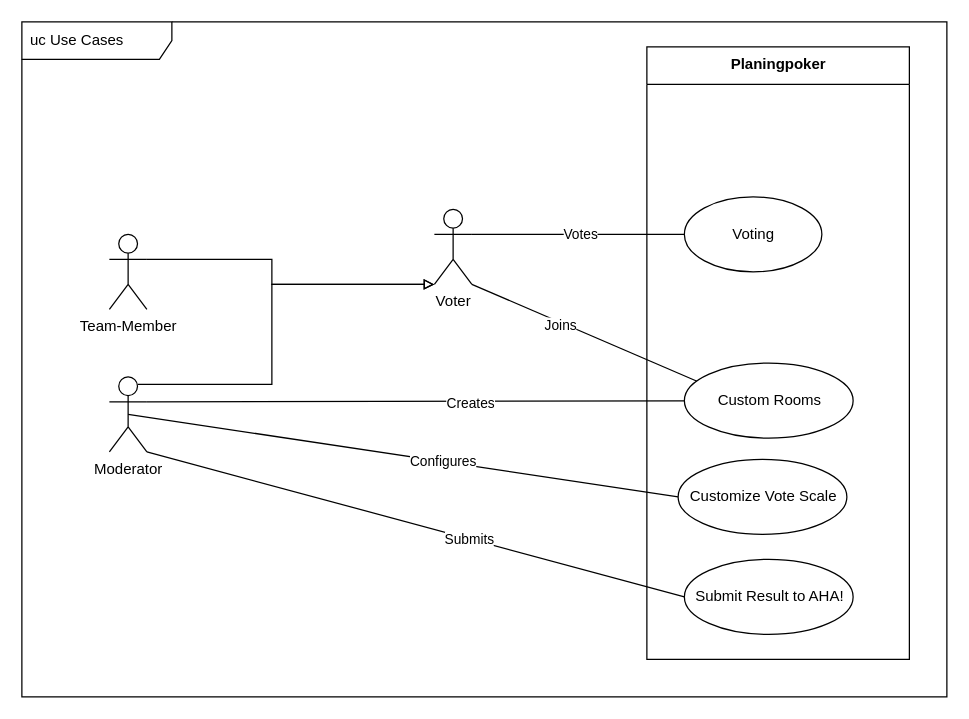
The draw.io diagram docs/use-case.drawio in RillingDev/planning-poker, before the edit. Source tidied: cells renumbered, new cells numbered last; positions are measured from the earlier drawing's top-left corner, leaving out a move shared by most shapes. Both pictures are drawn from the tidied source at 125%, with x=0, y=0 at pixel (21, 21).
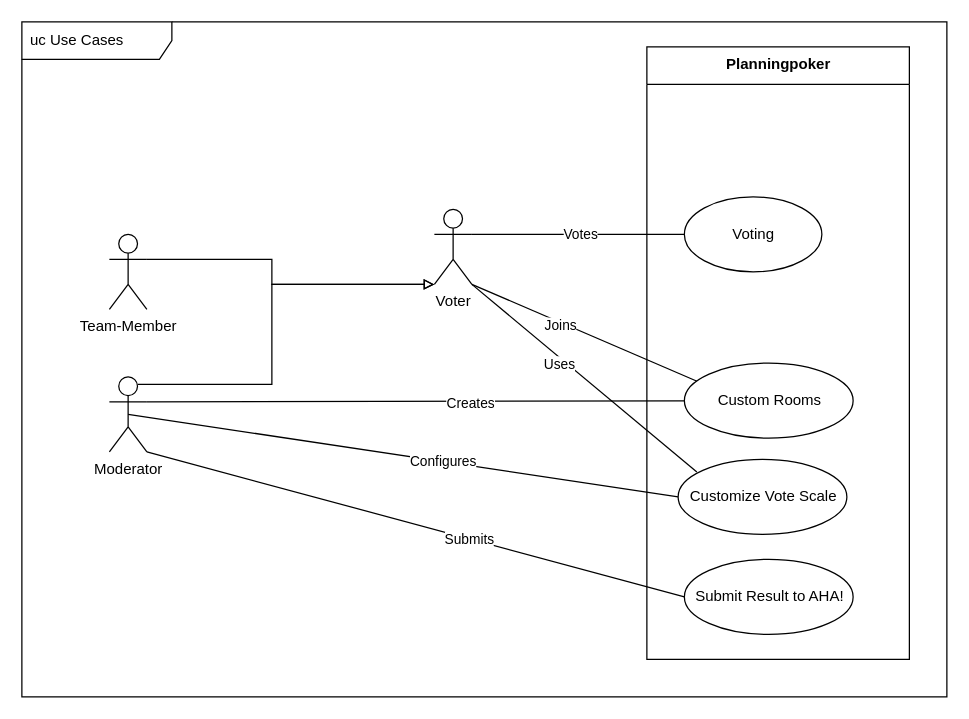
The same page after the edit.

Unchanged cells that the change refers to:
```xml
<mxCell id="7" value="Voter" style="shape=umlActor;verticalLabelPosition=bottom;verticalAlign=top;html=1;" parent="1" vertex="1">
  <mxGeometry x="330" y="150" width="30" height="60" as="geometry" />
</mxCell>
<mxCell id="17" value="Customize Vote Scale" style="shape=ellipse;horizontal=1;html=1;dashed=0;" parent="1" vertex="1">
  <mxGeometry x="525" y="350" width="135" height="60" as="geometry" />
</mxCell>
```

Diff of the diagram source:
```diff
@@
+    <mxCell id="23" style="rounded=0;jettySize=auto;html=1;exitX=1;exitY=1;exitDx=0;exitDy=0;exitPerimeter=0;entryX=0.111;entryY=0.167;entryDx=0;entryDy=0;entryPerimeter=0;endArrow=none;endFill=0;" parent="1" edge="1" source="7" target="17">
+      <mxGeometry relative="1" as="geometry" />
+    </mxCell>
+    <mxCell id="24" value="Uses" style="edgeLabel;html=1;align=center;verticalAlign=middle;" parent="23" vertex="1">
+      <mxGeometry x="0.11" relative="1" as="geometry">
+        <mxPoint x="-30" y="-20" as="offset" />
+      </mxGeometry>
+    </mxCell>
@@
-    <mxCell id="22" value="Planingpoker" style="swimlane;fontStyle=1;align=center;verticalAlign=top;horizontal=1;startSize=30;html=1;" parent="1" vertex="1">
+    <mxCell id="22" value="Planningpoker" style="swimlane;fontStyle=1;align=center;verticalAlign=top;horizontal=1;startSize=30;html=1;" parent="1" vertex="1">
       <mxGeometry x="500" y="20" width="210" height="490" as="geometry" />
     </mxCell>
```
